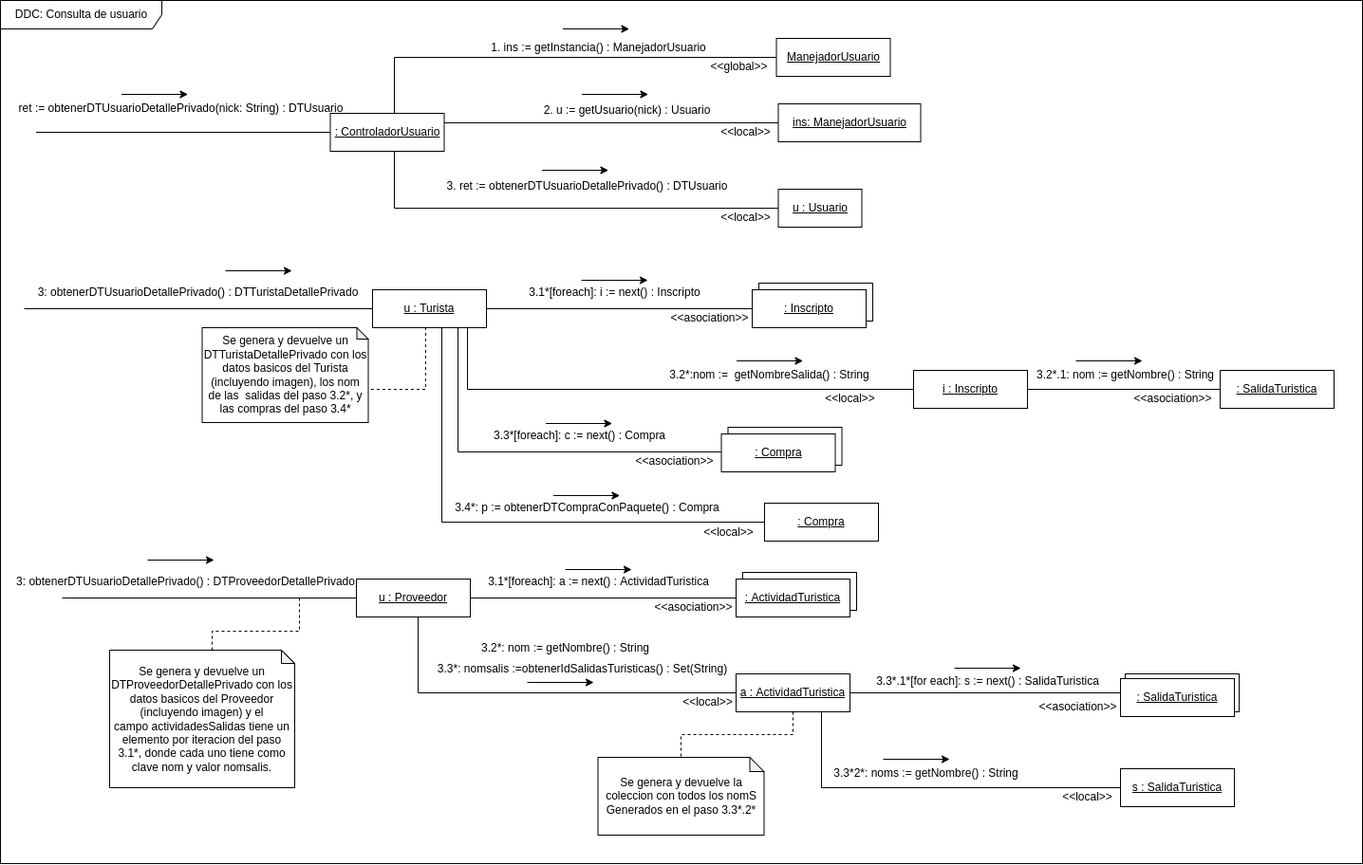
Above: docs/Iteración 2/Diseño/DDC Servidor Web/Consulta de Usuario/[DCOM] obtenerDTUsuarioDetallePrivado.png in FacundoDiaz00/Taller-de-Programaci-n (draw.io), before the change. Source tidied: cells renumbered, new cells last; positions are measured from the earlier drawing's top-left corner, leaving out a move shared by most shapes.
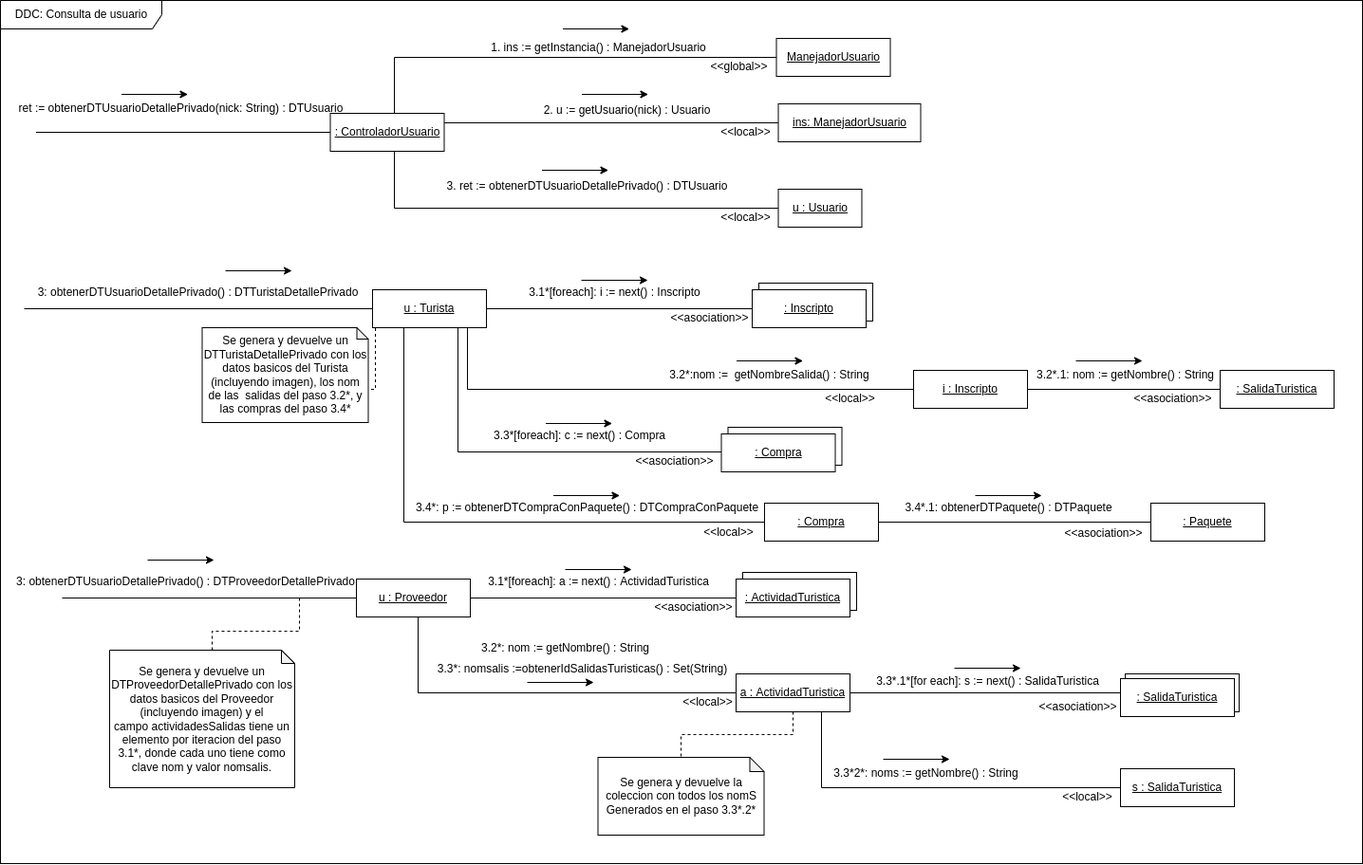
The same file after the commit.

Commit message:
Sigo con diseño y DCOM

Diff of the diagram source:
```diff
@@ -98,7 +98,12 @@
       </mxGeometry>
     </mxCell>
     <mxCell id="24" style="edgeStyle=orthogonalEdgeStyle;rounded=0;jettySize=auto;html=1;entryX=0;entryY=0;entryDx=175;entryDy=65;entryPerimeter=0;dashed=1;endArrow=none;endFill=0;exitX=0.466;exitY=0.986;exitDx=0;exitDy=0;exitPerimeter=0;" parent="1" edge="1" source="25" target="69">
-      <mxGeometry relative="1" as="geometry" />
+      <mxGeometry relative="1" as="geometry">
+        <Array as="points">
+          <mxPoint x="395" y="344" />
+          <mxPoint x="395" y="410" />
+        </Array>
+      </mxGeometry>
     </mxCell>
     <mxCell id="25" value="u : Turista" style="rounded=0;whiteSpace=wrap;html=1;fontStyle=4;" parent="1" vertex="1">
       <mxGeometry x="392" y="305" width="120" height="40" as="geometry" />
@@ -322,19 +327,22 @@
     <mxCell id="82" style="edgeStyle=orthogonalEdgeStyle;rounded=0;jettySize=auto;html=1;entryX=0.5;entryY=1;entryDx=0;entryDy=0;endArrow=none;endFill=0;" parent="1" edge="1" source="83" target="25">
       <mxGeometry relative="1" as="geometry">
         <Array as="points">
-          <mxPoint x="465" y="550" />
-          <mxPoint x="465" y="345" />
+          <mxPoint x="425" y="550" />
+          <mxPoint x="425" y="345" />
         </Array>
       </mxGeometry>
     </mxCell>
+    <mxCell id="87" style="edgeStyle=orthogonalEdgeStyle;rounded=0;jettySize=auto;html=1;endArrow=none;endFill=0;" parent="1" edge="1" source="83" target="88">
+      <mxGeometry relative="1" as="geometry" />
+    </mxCell>
     <mxCell id="83" value=": Compra" style="rounded=0;whiteSpace=wrap;html=1;fontStyle=4;" parent="1" vertex="1">
       <mxGeometry x="805" y="530" width="120" height="40" as="geometry" />
     </mxCell>
     <mxCell id="84" value="&amp;lt;&amp;lt;local&amp;gt;&amp;gt;" style="text;html=1;align=center;verticalAlign=middle;strokeColor=none;fillColor=none;" parent="1" vertex="1">
       <mxGeometry x="727" y="546" width="80" height="30" as="geometry" />
     </mxCell>
-    <mxCell id="85" value="3.4*: p := obtenerDTCompraConPaquete() : Compra" style="text;html=1;align=center;verticalAlign=middle;strokeColor=none;fillColor=none;" parent="1" vertex="1">
-      <mxGeometry x="467.5" y="520" width="300" height="30" as="geometry" />
+    <mxCell id="85" value="3.4*: p := obtenerDTCompraConPaquete() : DTCompraConPaquete" style="text;html=1;align=center;verticalAlign=middle;strokeColor=none;fillColor=none;" parent="1" vertex="1">
+      <mxGeometry x="427.5" y="520" width="380" height="30" as="geometry" />
     </mxCell>
     <mxCell id="86" style="endArrow=classic;html=1;rounded=0;" parent="1" edge="1">
       <mxGeometry relative="1" as="geometry">
@@ -342,5 +350,20 @@
         <mxPoint x="652.5" y="522" as="targetPoint" />
       </mxGeometry>
     </mxCell>
+    <mxCell id="88" value=": Paquete" style="rounded=0;whiteSpace=wrap;html=1;fontStyle=4;" parent="1" vertex="1">
+      <mxGeometry x="1212" y="530" width="120" height="40" as="geometry" />
+    </mxCell>
+    <mxCell id="89" value="3.4*.1: obtenerDTPaquete() : DTPaquete" style="text;html=1;align=center;verticalAlign=middle;strokeColor=none;fillColor=none;" parent="1" vertex="1">
+      <mxGeometry x="942" y="520" width="240" height="30" as="geometry" />
+    </mxCell>
+    <mxCell id="90" value="&amp;lt;&amp;lt;asociation&amp;gt;&amp;gt;" style="text;html=1;align=center;verticalAlign=middle;strokeColor=none;fillColor=none;" parent="1" vertex="1">
+      <mxGeometry x="1112" y="552" width="100" height="20" as="geometry" />
+    </mxCell>
+    <mxCell id="91" style="endArrow=classic;html=1;rounded=0;" parent="1" edge="1">
+      <mxGeometry relative="1" as="geometry">
+        <mxPoint x="1027" y="522" as="sourcePoint" />
+        <mxPoint x="1097" y="522" as="targetPoint" />
+      </mxGeometry>
+    </mxCell>
   </root>
 </mxGraphModel>
```
